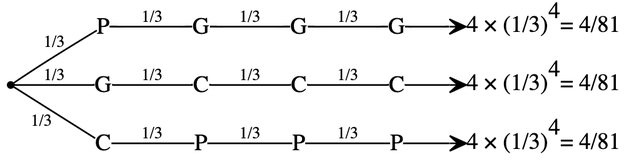
Earlier version of the Graphviz export images/problem5_1.png (daiki-kaneda/problem_graph). Its source is kept beside it as problem5_1.dot. Source of this version:
```dot
digraph problem5_1 {
    rankdir = LR; // 左から右のレイアウトを指定

    ""[shape=point];

    node[shape=plain];

    node1 [label="P"];
    node2 [label="G"];
    node3 [label="C"];
    node4 [label="G"];
    node5 [label="C"];
    node6 [label="P"];
    node7 [label="G"];
    node8 [label="C"];
    node9 [label="P"];
    node10 [label="G"];
    node11 [label="C"];
    node12 [label="P"];
    node13 [label=<4 × (1/3)<sup>4</sup> = 4/81>];
    node14 [label=<4 × (1/3)<sup>4</sup> = 4/81>];
    node15 [label=<4 × (1/3)<sup>4</sup> = 4/81>];
    "" -> node1 [label=<<font point-size="10" color="black">1/3</font>>, arrowhead=none];
    "" -> node2 [label=<<font point-size="10" color="black">1/3</font>>, arrowhead=none];
    "" -> node3 [xlabel=<<font point-size="10" color="black">1/3</font>>, arrowhead=none];

    node1 -> node4 [label=<<font point-size="10" color="black">1/3</font>>, arrowhead=none];
    node2 -> node5 [label=<<font point-size="10" color="black">1/3</font>>, arrowhead=none];
    node3 -> node6 [label=<<font point-size="10" color="black">1/3</font>>, arrowhead=none];

    node4 -> node7 [label=<<font point-size="10" color="black">1/3</font>>, arrowhead=none];
    node5 -> node8 [label=<<font point-size="10" color="black">1/3</font>>, arrowhead=none];
    node6 -> node9 [label=<<font point-size="10" color="black">1/3</font>>, arrowhead=none];

    node7 -> node10 [label=<<font point-size="10" color="black">1/3</font>>, arrowhead=none];
    node8 -> node11 [label=<<font point-size="10" color="black">1/3</font>>, arrowhead=none];
    node9 -> node12 [label=<<font point-size="10" color="black">1/3</font>>, arrowhead=none];

    node10 -> node13 [arrowhead=vee];
    node11 -> node14 [arrowhead=vee];
    node12 -> node15 [arrowhead=vee];
}
```
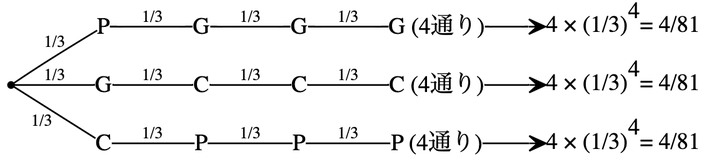
The same file after the commit.

The edit, as a diff of the source:
```diff
@@ -14,9 +14,9 @@
     node7 [label="G"];
     node8 [label="C"];
     node9 [label="P"];
-    node10 [label="G"];
-    node11 [label="C"];
-    node12 [label="P"];
+    node10 [label="G (4通り)"];
+    node11 [label="C (4通り)"];
+    node12 [label="P (4通り)"];
     node13 [label=<4 × (1/3)<sup>4</sup> = 4/81>];
     node14 [label=<4 × (1/3)<sup>4</sup> = 4/81>];
     node15 [label=<4 × (1/3)<sup>4</sup> = 4/81>];
```
